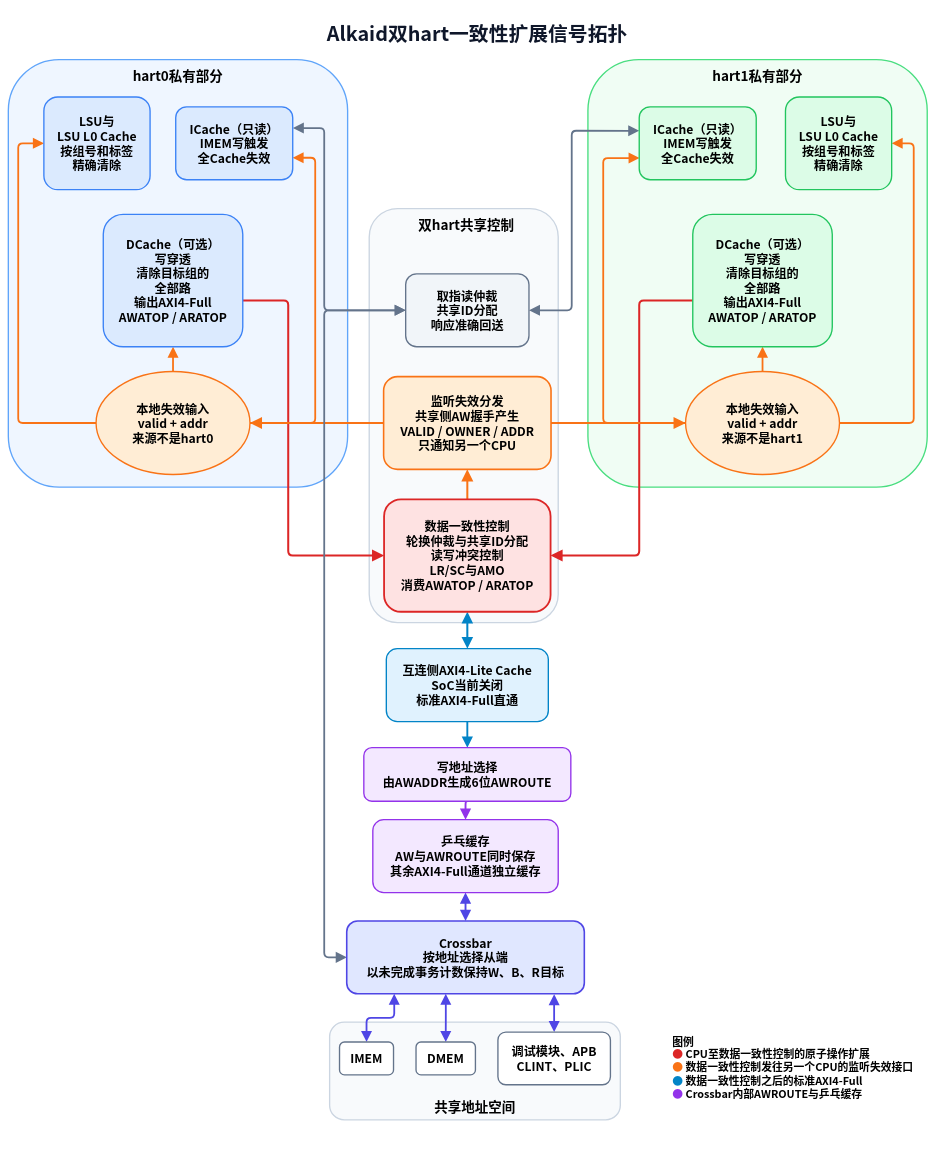
This is RISC-V & CPU/_media/alkaid_multicore/alkaid_coherence_signal_topology.drawio from Little-W/Obsidian, a draw.io file, before an edit. Source tidied: cells renumbered, new cells numbered last; positions are measured from the earlier drawing's top-left corner, leaving out a move shared by most shapes. Both pictures are drawn from the tidied source at 45%, with x=0, y=0 at pixel (8, 16).
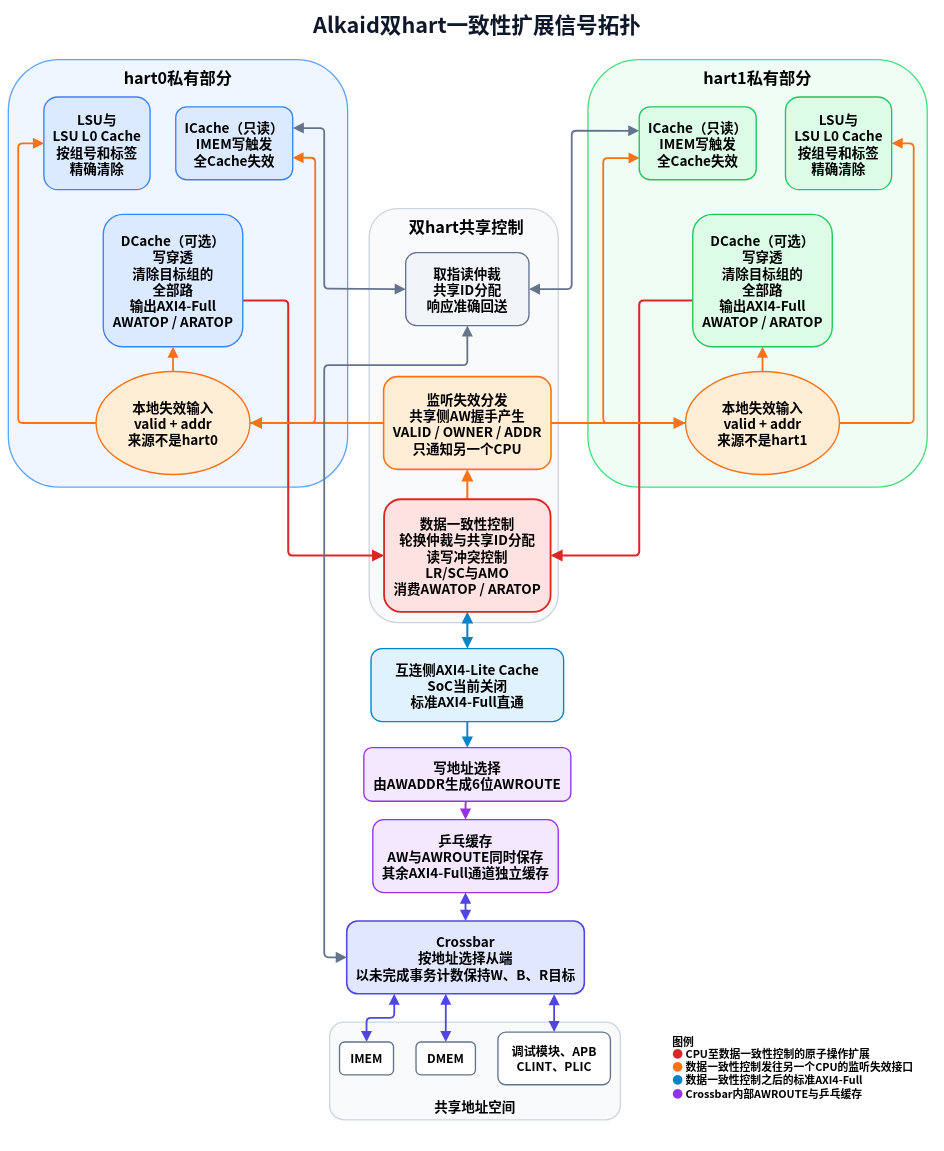
The same page after the edit.

Change to the diagram source:
```diff
@@
-    <mxCell id="2" value="Alkaid双hart一致性扩展信号拓扑" style="text;html=1;align=center;verticalAlign=middle;whiteSpace=wrap;rounded=0;fontFamily=Noto Sans CJK SC;fontSize=44;fontStyle=1;fontColor=#0F172A;" parent="1" vertex="1">
-      <mxGeometry x="392" width="1300" height="70" as="geometry" />
+    <mxCell id="2" value="Alkaid双hart一致性扩展信号拓扑" style="text;html=1;align=center;verticalAlign=middle;whiteSpace=wrap;rounded=0;fontFamily=Noto Sans CJK SC;fontSize=48;fontStyle=1;fontColor=#0F172A;" parent="1" vertex="1">
+      <mxGeometry x="392" y="-19" width="1300" height="70" as="geometry" />
     </mxCell>
-    <mxCell id="3" value="hart0私有部分" style="rounded=1;whiteSpace=wrap;html=1;fillColor=#EFF6FF;strokeColor=#60A5FA;strokeWidth=3;fontFamily=Noto Sans CJK SC;fontSize=30;fontStyle=1;verticalAlign=top;spacingTop=10;" parent="1" vertex="1">
+    <mxCell id="3" value="&lt;font style=&quot;font-size: 36px;&quot;&gt;hart0私有部分&lt;/font&gt;" style="rounded=1;whiteSpace=wrap;html=1;fillColor=#EFF6FF;strokeColor=#60A5FA;strokeWidth=3;fontFamily=Noto Sans CJK SC;fontSize=30;fontStyle=1;verticalAlign=top;spacingTop=10;" parent="1" vertex="1">
       <mxGeometry y="96" width="754" height="950" as="geometry" />
     </mxCell>
-    <mxCell id="4" value="hart1私有部分" style="rounded=1;whiteSpace=wrap;html=1;fillColor=#F0FDF4;strokeColor=#4ADE80;strokeWidth=3;fontFamily=Noto Sans CJK SC;fontSize=30;fontStyle=1;verticalAlign=top;spacingTop=10;" parent="1" vertex="1">
+    <mxCell id="4" value="&lt;font style=&quot;font-size: 36px;&quot;&gt;hart1私有部分&lt;/font&gt;" style="rounded=1;whiteSpace=wrap;html=1;fillColor=#F0FDF4;strokeColor=#4ADE80;strokeWidth=3;fontFamily=Noto Sans CJK SC;fontSize=30;fontStyle=1;verticalAlign=top;spacingTop=10;" parent="1" vertex="1">
       <mxGeometry x="1288" y="96" width="754" height="950" as="geometry" />
     </mxCell>
-    <mxCell id="5" value="双hart共享控制" style="rounded=1;whiteSpace=wrap;html=1;fillColor=#F8FAFC;strokeColor=#CBD5E1;strokeWidth=3;fontFamily=Noto Sans CJK SC;fontSize=30;fontStyle=1;align=center;verticalAlign=top;spacingTop=10;spacingLeft=12;" parent="1" vertex="1">
+    <mxCell id="5" value="&lt;font style=&quot;font-size: 36px;&quot;&gt;双hart共享控制&lt;/font&gt;" style="rounded=1;whiteSpace=wrap;html=1;fillColor=#F8FAFC;strokeColor=#CBD5E1;strokeWidth=3;fontFamily=Noto Sans CJK SC;fontSize=30;fontStyle=1;align=center;verticalAlign=top;spacingTop=10;spacingLeft=12;" parent="1" vertex="1">
       <mxGeometry x="802" y="427" width="420" height="920" as="geometry" />
     </mxCell>
@@
-    <mxCell id="15" style="edgeStyle=orthogonalEdgeStyle;rounded=1;jettySize=auto;html=1;strokeColor=#64748B;strokeWidth=4;startArrow=block;startFill=1;startSize=14;endArrow=block;endFill=1;endSize=14;exitX=1.001;exitY=0.291;entryX=0;entryY=0.5;exitDx=0;exitDy=0;exitPerimeter=0;entryDx=0;entryDy=0;" parent="1" edge="1" source="29" target="36">
+    <mxCell id="15" style="edgeStyle=orthogonalEdgeStyle;rounded=1;jettySize=auto;html=1;strokeColor=#64748B;strokeWidth=4;startArrow=block;startFill=1;startSize=14;endArrow=block;endFill=1;endSize=14;exitX=1.001;exitY=0.291;exitDx=0;exitDy=0;exitPerimeter=0;entryX=0;entryY=0.5;entryDx=0;entryDy=0;" parent="1" edge="1" source="29" target="36">
       <mxGeometry relative="1" as="geometry">
         <Array as="points">
           <mxPoint x="702" y="248" />
-          <mxPoint x="702" y="653" />
+          <mxPoint x="702" y="605" />
+          <mxPoint x="883" y="605" />
         </Array>
       </mxGeometry>
     </mxCell>
     <mxCell id="16" style="edgeStyle=orthogonalEdgeStyle;rounded=1;jettySize=auto;html=1;strokeColor=#64748B;strokeWidth=4;startArrow=block;startFill=1;startSize=14;endArrow=block;endFill=1;endSize=14;exitX=0;exitY=0.328;entryX=1;entryY=0.5;exitDx=0;exitDy=0;exitPerimeter=0;" parent="1" edge="1" source="32" target="36">
       <mxGeometry relative="1" as="geometry">
         <Array as="points">
           <mxPoint x="1252" y="254" />
-          <mxPoint x="1252" y="653" />
+          <mxPoint x="1252" y="606" />
         </Array>
       </mxGeometry>
     </mxCell>
@@
-    <mxCell id="24" style="edgeStyle=orthogonalEdgeStyle;rounded=1;jettySize=auto;html=1;strokeColor=#64748B;strokeWidth=4;startArrow=block;startFill=1;startSize=14;endArrow=block;endFill=1;endSize=14;exitX=0;exitY=0.5;entryX=0;entryY=0.5;" parent="1" edge="1" source="36" target="42">
+    <mxCell id="24" style="edgeStyle=orthogonalEdgeStyle;rounded=1;jettySize=auto;html=1;strokeColor=#64748B;strokeWidth=4;startArrow=block;startFill=1;startSize=14;endArrow=block;endFill=1;endSize=14;exitX=0.5;exitY=1;entryX=0;entryY=0.5;exitDx=0;exitDy=0;" parent="1" edge="1" source="36" target="42">
       <mxGeometry relative="1" as="geometry">
         <Array as="points">
-          <mxPoint x="702" y="653" />
+          <mxPoint x="1020" y="775" />
+          <mxPoint x="702" y="775" />
           <mxPoint x="702" y="2091" />
         </Array>
       </mxGeometry>
     </mxCell>
@@
-    <mxCell id="28" value="LSU与&#10;LSU L0 Cache&#10;按组号和标签&#10;精确清除" style="rounded=1;whiteSpace=wrap;html=1;fillColor=#DBEAFE;strokeColor=#3B82F6;strokeWidth=3;fontFamily=Noto Sans CJK SC;fontSize=27;fontStyle=1;align=center;verticalAlign=middle;" parent="1" vertex="1">
+    <mxCell id="28" value="LSU与&#10;LSU L0 Cache&#10;按组号和标签&#10;精确清除" style="rounded=1;whiteSpace=wrap;html=1;fillColor=#DBEAFE;strokeColor=#3B82F6;strokeWidth=3;fontFamily=Noto Sans CJK SC;fontSize=30;fontStyle=1;align=center;verticalAlign=middle;" parent="1" vertex="1">
       <mxGeometry x="79" y="179" width="236" height="206" as="geometry" />
     </mxCell>
-    <mxCell id="29" value="ICache（只读）&#10;IMEM写触发&#10;全Cache失效" style="rounded=1;whiteSpace=wrap;html=1;fillColor=#DBEAFE;strokeColor=#3B82F6;strokeWidth=3;fontFamily=Noto Sans CJK SC;fontSize=27;fontStyle=1;align=center;verticalAlign=middle;" parent="1" vertex="1">
+    <mxCell id="29" value="ICache（只读）&#10;IMEM写触发&#10;全Cache失效" style="rounded=1;whiteSpace=wrap;html=1;fillColor=#DBEAFE;strokeColor=#3B82F6;strokeWidth=3;fontFamily=Noto Sans CJK SC;fontSize=30;fontStyle=1;align=center;verticalAlign=middle;" parent="1" vertex="1">
       <mxGeometry x="372" y="201" width="260" height="162" as="geometry" />
     </mxCell>
-    <mxCell id="30" value="DCache（可选）&#10;写穿透&#10;清除目标组的&#10;全部路&#10;输出AXI4-Full&#10;AWATOP / ARATOP" style="rounded=1;whiteSpace=wrap;html=1;fillColor=#DBEAFE;strokeColor=#3B82F6;strokeWidth=3;fontFamily=Noto Sans CJK SC;fontSize=27;fontStyle=1;align=center;verticalAlign=middle;" parent="1" vertex="1">
+    <mxCell id="30" value="DCache（可选）&#10;写穿透&#10;清除目标组的&#10;全部路&#10;输出AXI4-Full&#10;AWATOP / ARATOP" style="rounded=1;whiteSpace=wrap;html=1;fillColor=#DBEAFE;strokeColor=#3B82F6;strokeWidth=3;fontFamily=Noto Sans CJK SC;fontSize=30;fontStyle=1;align=center;verticalAlign=middle;" parent="1" vertex="1">
       <mxGeometry x="211" y="440" width="310" height="294" as="geometry" />
     </mxCell>
-    <mxCell id="31" value="本地失效输入&#10;valid + addr&#10;来源不是hart0" style="ellipse;whiteSpace=wrap;html=1;fillColor=#FFEDD5;strokeColor=#F97316;strokeWidth=3;fontFamily=Noto Sans CJK SC;fontSize=27;fontStyle=1;align=center;verticalAlign=middle;" parent="1" vertex="1">
+    <mxCell id="31" value="本地失效输入&#10;valid + addr&#10;来源不是hart0" style="ellipse;whiteSpace=wrap;html=1;fillColor=#FFEDD5;strokeColor=#F97316;strokeWidth=3;fontFamily=Noto Sans CJK SC;fontSize=30;fontStyle=1;align=center;verticalAlign=middle;" parent="1" vertex="1">
       <mxGeometry x="195" y="789" width="342" height="229" as="geometry" />
     </mxCell>
-    <mxCell id="32" value="ICache（只读）&#10;IMEM写触发&#10;全Cache失效" style="rounded=1;whiteSpace=wrap;html=1;fillColor=#DCFCE7;strokeColor=#22C55E;strokeWidth=3;fontFamily=Noto Sans CJK SC;fontSize=27;fontStyle=1;align=center;verticalAlign=middle;" parent="1" vertex="1">
+    <mxCell id="32" value="ICache（只读）&#10;IMEM写触发&#10;全Cache失效" style="rounded=1;whiteSpace=wrap;html=1;fillColor=#DCFCE7;strokeColor=#22C55E;strokeWidth=3;fontFamily=Noto Sans CJK SC;fontSize=30;fontStyle=1;align=center;verticalAlign=middle;" parent="1" vertex="1">
       <mxGeometry x="1402" y="201" width="260" height="162" as="geometry" />
     </mxCell>
-    <mxCell id="33" value="LSU与&#10;LSU L0 Cache&#10;按组号和标签&#10;精确清除" style="rounded=1;whiteSpace=wrap;html=1;fillColor=#DCFCE7;strokeColor=#22C55E;strokeWidth=3;fontFamily=Noto Sans CJK SC;fontSize=27;fontStyle=1;align=center;verticalAlign=middle;" parent="1" vertex="1">
+    <mxCell id="33" value="LSU与&#10;LSU L0 Cache&#10;按组号和标签&#10;精确清除" style="rounded=1;whiteSpace=wrap;html=1;fillColor=#DCFCE7;strokeColor=#22C55E;strokeWidth=3;fontFamily=Noto Sans CJK SC;fontSize=30;fontStyle=1;align=center;verticalAlign=middle;" parent="1" vertex="1">
       <mxGeometry x="1727" y="179" width="236" height="206" as="geometry" />
     </mxCell>
-    <mxCell id="34" value="DCache（可选）&#10;写穿透&#10;清除目标组的&#10;全部路&#10;输出AXI4-Full&#10;AWATOP / ARATOP" style="rounded=1;whiteSpace=wrap;html=1;fillColor=#DCFCE7;strokeColor=#22C55E;strokeWidth=3;fontFamily=Noto Sans CJK SC;fontSize=27;fontStyle=1;align=center;verticalAlign=middle;" parent="1" vertex="1">
+    <mxCell id="34" value="DCache（可选）&#10;写穿透&#10;清除目标组的&#10;全部路&#10;输出AXI4-Full&#10;AWATOP / ARATOP" style="rounded=1;whiteSpace=wrap;html=1;fillColor=#DCFCE7;strokeColor=#22C55E;strokeWidth=3;fontFamily=Noto Sans CJK SC;fontSize=30;fontStyle=1;align=center;verticalAlign=middle;" parent="1" vertex="1">
       <mxGeometry x="1521" y="440" width="310" height="294" as="geometry" />
     </mxCell>
-    <mxCell id="35" value="本地失效输入&#10;valid + addr&#10;来源不是hart1" style="ellipse;whiteSpace=wrap;html=1;fillColor=#FFEDD5;strokeColor=#F97316;strokeWidth=3;fontFamily=Noto Sans CJK SC;fontSize=27;fontStyle=1;align=center;verticalAlign=middle;" parent="1" vertex="1">
+    <mxCell id="35" value="本地失效输入&#10;valid + addr&#10;来源不是hart1" style="ellipse;whiteSpace=wrap;html=1;fillColor=#FFEDD5;strokeColor=#F97316;strokeWidth=3;fontFamily=Noto Sans CJK SC;fontSize=30;fontStyle=1;align=center;verticalAlign=middle;" parent="1" vertex="1">
       <mxGeometry x="1505" y="789" width="342" height="229" as="geometry" />
     </mxCell>
-    <mxCell id="36" value="取指读仲裁&#10;共享ID分配&#10;响应准确回送" style="rounded=1;whiteSpace=wrap;html=1;fillColor=#F1F5F9;strokeColor=#64748B;strokeWidth=3;fontFamily=Noto Sans CJK SC;fontSize=27;fontStyle=1;align=center;verticalAlign=middle;" parent="1" vertex="1">
-      <mxGeometry x="883" y="572" width="274" height="162" as="geometry" />
+    <mxCell id="36" value="取指读仲裁&#10;共享ID分配&#10;响应准确回送" style="rounded=1;whiteSpace=wrap;html=1;fillColor=#F1F5F9;strokeColor=#64748B;strokeWidth=3;fontFamily=Noto Sans CJK SC;fontSize=30;fontStyle=1;align=center;verticalAlign=middle;" parent="1" vertex="1">
+      <mxGeometry x="883" y="525" width="274" height="162" as="geometry" />
     </mxCell>
-    <mxCell id="37" value="监听失效分发&#10;共享侧AW握手产生&#10;VALID / OWNER / ADDR&#10;只通知另一个CPU" style="rounded=1;whiteSpace=wrap;html=1;fillColor=#FFEDD5;strokeColor=#F97316;strokeWidth=3.5;fontFamily=Noto Sans CJK SC;fontSize=27;fontStyle=1;align=center;verticalAlign=middle;" parent="1" vertex="1">
+    <mxCell id="37" value="监听失效分发&#10;共享侧AW握手产生&#10;VALID / OWNER / ADDR&#10;只通知另一个CPU" style="rounded=1;whiteSpace=wrap;html=1;fillColor=#FFEDD5;strokeColor=#F97316;strokeWidth=3.5;fontFamily=Noto Sans CJK SC;fontSize=30;fontStyle=1;align=center;verticalAlign=middle;" parent="1" vertex="1">
       <mxGeometry x="834" y="800.5" width="372" height="206" as="geometry" />
     </mxCell>
-    <mxCell id="38" value="数据一致性控制&#10;轮换仲裁与共享ID分配&#10;读写冲突控制&#10;LR/SC与AMO&#10;消费AWATOP / ARATOP" style="rounded=1;whiteSpace=wrap;html=1;fillColor=#FEE2E2;strokeColor=#DC2626;strokeWidth=4;fontFamily=Noto Sans CJK SC;fontSize=27;fontStyle=1;align=center;verticalAlign=middle;" parent="1" vertex="1">
+    <mxCell id="38" value="数据一致性控制&#10;轮换仲裁与共享ID分配&#10;读写冲突控制&#10;LR/SC与AMO&#10;消费AWATOP / ARATOP" style="rounded=1;whiteSpace=wrap;html=1;fillColor=#FEE2E2;strokeColor=#DC2626;strokeWidth=4;fontFamily=Noto Sans CJK SC;fontSize=30;fontStyle=1;align=center;verticalAlign=middle;" parent="1" vertex="1">
       <mxGeometry x="835" y="1073" width="370" height="250" as="geometry" />
     </mxCell>
-    <mxCell id="39" value="互连侧AXI4-Lite Cache&#10;SoC当前关闭&#10;标准AXI4-Full直通" style="rounded=1;whiteSpace=wrap;html=1;fillColor=#E0F2FE;strokeColor=#0284C7;strokeWidth=3;fontFamily=Noto Sans CJK SC;fontSize=27;fontStyle=1;align=center;verticalAlign=middle;" parent="1" vertex="1">
-      <mxGeometry x="840" y="1405" width="360" height="162" as="geometry" />
+    <mxCell id="39" value="互连侧AXI4-Lite Cache&#10;SoC当前关闭&#10;标准AXI4-Full直通" style="rounded=1;whiteSpace=wrap;html=1;fillColor=#E0F2FE;strokeColor=#0284C7;strokeWidth=3;fontFamily=Noto Sans CJK SC;fontSize=30;fontStyle=1;align=center;verticalAlign=middle;" parent="1" vertex="1">
+      <mxGeometry x="806" y="1405" width="428" height="162" as="geometry" />
     </mxCell>
-    <mxCell id="40" value="写地址选择&#10;由AWADDR生成6位AWROUTE" style="rounded=1;whiteSpace=wrap;html=1;fillColor=#F3E8FF;strokeColor=#9333EA;strokeWidth=3;fontFamily=Noto Sans CJK SC;fontSize=27;fontStyle=1;align=center;verticalAlign=middle;" parent="1" vertex="1">
+    <mxCell id="40" value="写地址选择&#10;由AWADDR生成6位AWROUTE" style="rounded=1;whiteSpace=wrap;html=1;fillColor=#F3E8FF;strokeColor=#9333EA;strokeWidth=3;fontFamily=Noto Sans CJK SC;fontSize=30;fontStyle=1;align=center;verticalAlign=middle;" parent="1" vertex="1">
       <mxGeometry x="790" y="1625" width="460" height="119" as="geometry" />
     </mxCell>
-    <mxCell id="41" value="乒乓缓存&#10;AW与AWROUTE同时保存&#10;其余AXI4-Full通道独立缓存" style="rounded=1;whiteSpace=wrap;html=1;fillColor=#F3E8FF;strokeColor=#9333EA;strokeWidth=3;fontFamily=Noto Sans CJK SC;fontSize=27;fontStyle=1;align=center;verticalAlign=middle;" parent="1" vertex="1">
+    <mxCell id="41" value="乒乓缓存&#10;AW与AWROUTE同时保存&#10;其余AXI4-Full通道独立缓存" style="rounded=1;whiteSpace=wrap;html=1;fillColor=#F3E8FF;strokeColor=#9333EA;strokeWidth=3;fontFamily=Noto Sans CJK SC;fontSize=30;fontStyle=1;align=center;verticalAlign=middle;" parent="1" vertex="1">
       <mxGeometry x="810" y="1785" width="412" height="162" as="geometry" />
     </mxCell>
-    <mxCell id="42" value="Crossbar&#10;按地址选择从端&#10;以未完成事务计数保持W、B、R目标" style="rounded=1;whiteSpace=wrap;html=1;fillColor=#E0E7FF;strokeColor=#4F46E5;strokeWidth=3.5;fontFamily=Noto Sans CJK SC;fontSize=27;fontStyle=1;align=center;verticalAlign=middle;" parent="1" vertex="1">
+    <mxCell id="42" value="Crossbar&#10;按地址选择从端&#10;以未完成事务计数保持W、B、R目标" style="rounded=1;whiteSpace=wrap;html=1;fillColor=#E0E7FF;strokeColor=#4F46E5;strokeWidth=3.5;fontFamily=Noto Sans CJK SC;fontSize=30;fontStyle=1;align=center;verticalAlign=middle;" parent="1" vertex="1">
       <mxGeometry x="752" y="2010" width="528" height="162" as="geometry" />
     </mxCell>
```
